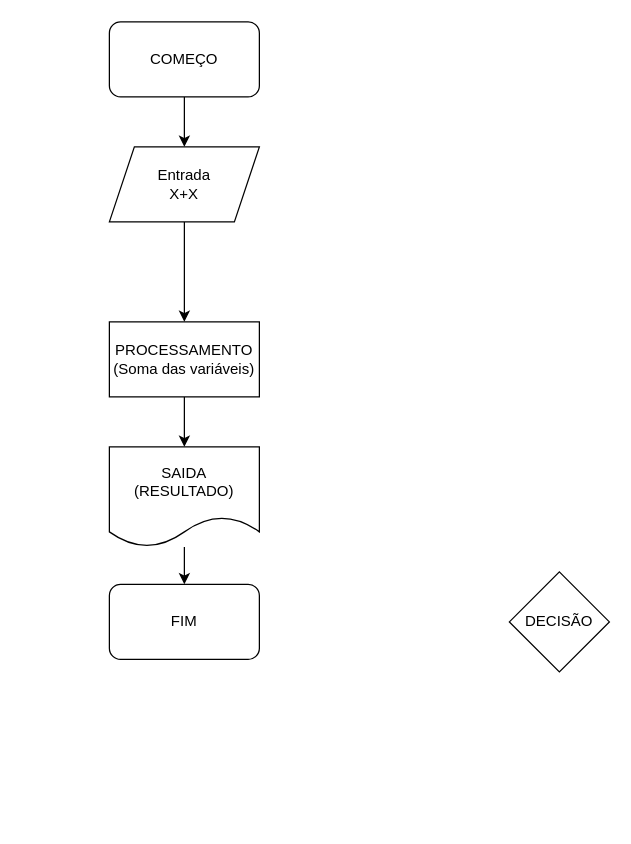
Above: Untitled Diagram.drawio in Italo1904/mdc118 (draw.io), before the change. Source tidied: cells renumbered, new cells numbered last; positions are measured from the earlier drawing's top-left corner, leaving out a move shared by most shapes. Both pictures are drawn from the tidied source at 125%, with x=0, y=0 at pixel (109, 21).
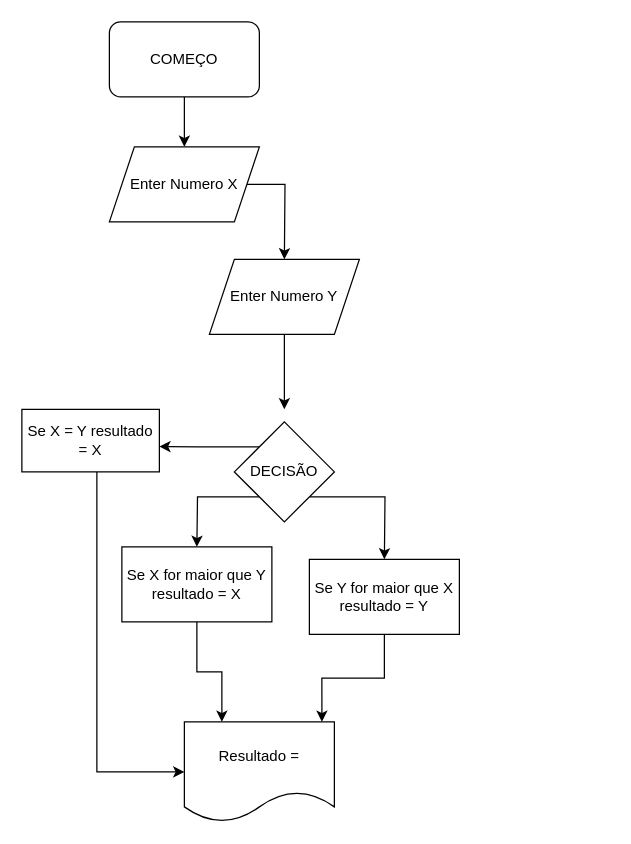
The same page after the edit.

The edit, as a diff of the source:
```diff
@@
+    <mxCell id="12" style="edgeStyle=orthogonalEdgeStyle;rounded=0;jettySize=auto;html=1;exitX=1;exitY=1;exitDx=0;exitDy=0;" parent="1" edge="1" source="2">
+      <mxGeometry relative="1" as="geometry">
+        <mxPoint x="220" y="430" as="targetPoint" />
+      </mxGeometry>
+    </mxCell>
+    <mxCell id="13" style="edgeStyle=orthogonalEdgeStyle;rounded=0;jettySize=auto;html=1;exitX=0;exitY=1;exitDx=0;exitDy=0;" parent="1" edge="1" source="2">
+      <mxGeometry relative="1" as="geometry">
+        <mxPoint x="70" y="420" as="targetPoint" />
+      </mxGeometry>
+    </mxCell>
+    <mxCell id="14" style="edgeStyle=orthogonalEdgeStyle;rounded=0;jettySize=auto;html=1;exitX=0;exitY=0;exitDx=0;exitDy=0;" parent="1" edge="1" source="2">
+      <mxGeometry relative="1" as="geometry">
+        <mxPoint x="40" y="339.7" as="targetPoint" />
+      </mxGeometry>
+    </mxCell>
     <mxCell id="2" value="DECISÃO" style="rhombus;whiteSpace=wrap;html=1;" parent="1" vertex="1">
-      <mxGeometry x="320" y="440" width="80" height="80" as="geometry" />
+      <mxGeometry x="100" y="320" width="80" height="80" as="geometry" />
     </mxCell>
@@
-    <mxCell id="5" value="FIM&lt;br&gt;" style="rounded=1;whiteSpace=wrap;html=1;" parent="1" vertex="1">
-      <mxGeometry y="450" width="120" height="60" as="geometry" />
-    </mxCell>
-    <mxCell id="6" style="edgeStyle=orthogonalEdgeStyle;rounded=0;jettySize=auto;html=1;fontColor=none;" parent="1" edge="1" source="7" target="5">
-      <mxGeometry relative="1" as="geometry" />
-    </mxCell>
-    <mxCell id="7" value="SAIDA&lt;br&gt;(RESULTADO)" style="shape=document;whiteSpace=wrap;html=1;boundedLbl=1;" parent="1" vertex="1">
-      <mxGeometry y="340" width="120" height="80" as="geometry" />
-    </mxCell>
-    <mxCell id="8" style="edgeStyle=orthogonalEdgeStyle;rounded=0;jettySize=auto;html=1;" parent="1" edge="1" source="9" target="11">
-      <mxGeometry relative="1" as="geometry" />
-    </mxCell>
+    <mxCell id="15" style="edgeStyle=orthogonalEdgeStyle;rounded=0;jettySize=auto;html=1;" parent="1" edge="1" source="9">
+      <mxGeometry relative="1" as="geometry">
+        <mxPoint x="140" y="190" as="targetPoint" />
+      </mxGeometry>
+    </mxCell>
-    <mxCell id="9" value="Entrada&lt;br&gt;X+X" style="shape=parallelogram;perimeter=parallelogramPerimeter;whiteSpace=wrap;html=1;fixedSize=1;" parent="1" vertex="1">
+    <mxCell id="9" value="Enter Numero X" style="shape=parallelogram;perimeter=parallelogramPerimeter;whiteSpace=wrap;html=1;fixedSize=1;" parent="1" vertex="1">
       <mxGeometry y="100" width="120" height="60" as="geometry" />
     </mxCell>
-    <mxCell id="10" style="edgeStyle=orthogonalEdgeStyle;rounded=0;jettySize=auto;html=1;fontColor=none;" parent="1" edge="1" source="11" target="7">
-      <mxGeometry relative="1" as="geometry" />
-    </mxCell>
-    <mxCell id="11" value="PROCESSAMENTO (Soma das variáveis)" style="whiteSpace=wrap;html=1;" parent="1" vertex="1">
-      <mxGeometry y="240" width="120" height="60" as="geometry" />
-    </mxCell>
+    <mxCell id="16" style="edgeStyle=orthogonalEdgeStyle;rounded=0;jettySize=auto;html=1;" parent="1" edge="1" source="17">
+      <mxGeometry relative="1" as="geometry">
+        <mxPoint x="140" y="310" as="targetPoint" />
+      </mxGeometry>
+    </mxCell>
+    <mxCell id="17" value="Enter Numero Y" style="shape=parallelogram;perimeter=parallelogramPerimeter;whiteSpace=wrap;html=1;fixedSize=1;" parent="1" vertex="1">
+      <mxGeometry x="80" y="190" width="120" height="60" as="geometry" />
+    </mxCell>
+    <mxCell id="18" style="edgeStyle=orthogonalEdgeStyle;rounded=0;jettySize=auto;html=1;entryX=0.25;entryY=0;entryDx=0;entryDy=0;" parent="1" edge="1" source="19" target="24">
+      <mxGeometry relative="1" as="geometry" />
+    </mxCell>
+    <mxCell id="19" value="Se X for maior que Y resultado = X" style="rounded=0;whiteSpace=wrap;html=1;" parent="1" vertex="1">
+      <mxGeometry x="10" y="420" width="120" height="60" as="geometry" />
+    </mxCell>
+    <mxCell id="20" style="edgeStyle=orthogonalEdgeStyle;rounded=0;jettySize=auto;html=1;entryX=0;entryY=0.5;entryDx=0;entryDy=0;" parent="1" edge="1" source="21" target="24">
+      <mxGeometry relative="1" as="geometry">
+        <Array as="points">
+          <mxPoint x="-10" y="600" />
+        </Array>
+      </mxGeometry>
+    </mxCell>
+    <mxCell id="21" value="Se X = Y resultado = X" style="rounded=0;whiteSpace=wrap;html=1;" parent="1" vertex="1">
+      <mxGeometry x="-70" y="310" width="110" height="50" as="geometry" />
+    </mxCell>
+    <mxCell id="22" style="edgeStyle=orthogonalEdgeStyle;rounded=0;jettySize=auto;html=1;entryX=0.917;entryY=0;entryDx=0;entryDy=0;entryPerimeter=0;" parent="1" edge="1" source="23" target="24">
+      <mxGeometry relative="1" as="geometry" />
+    </mxCell>
+    <mxCell id="23" value="Se Y for maior que X resultado = Y" style="rounded=0;whiteSpace=wrap;html=1;" parent="1" vertex="1">
+      <mxGeometry x="160" y="430" width="120" height="60" as="geometry" />
+    </mxCell>
+    <mxCell id="24" value="Resultado =" style="shape=document;whiteSpace=wrap;html=1;boundedLbl=1;" parent="1" vertex="1">
+      <mxGeometry x="60" y="560" width="120" height="80" as="geometry" />
+    </mxCell>
```
